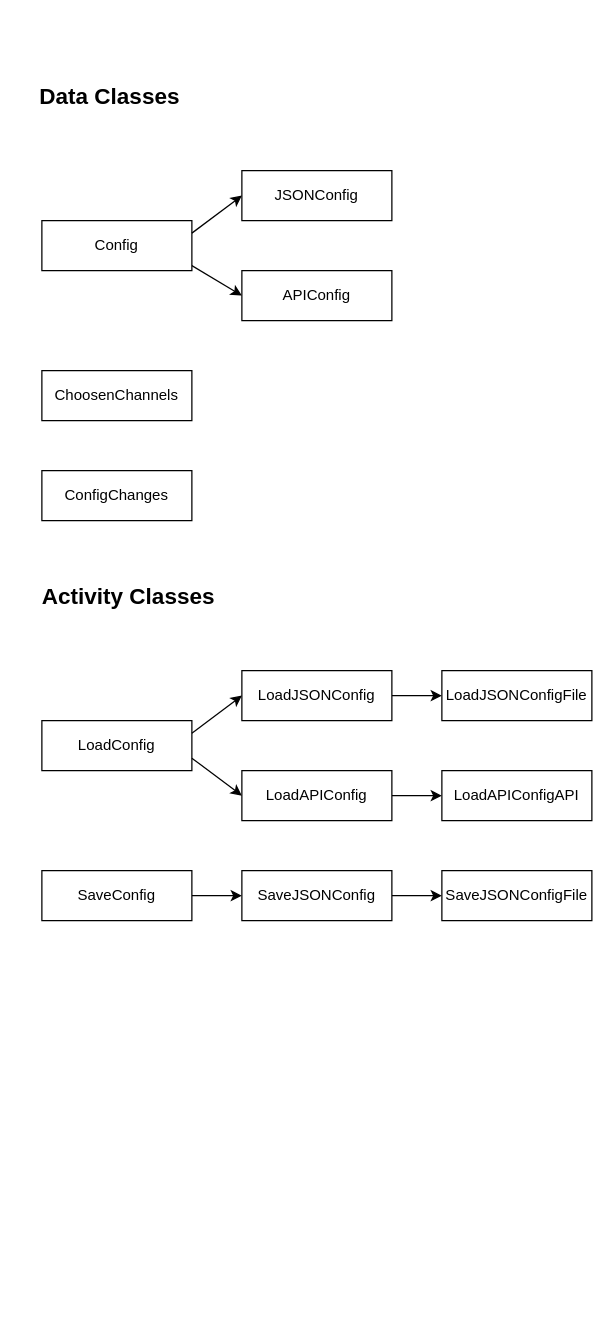
Before: page "Classes Structure" (2 of 2) of FSConfig.drawio in AntonSheinin/FSConfig, a draw.io diagram. Source tidied: cells renumbered, new cells numbered last; positions are measured from the earlier drawing's top-left corner, leaving out a move shared by most shapes. Both pictures are drawn from the tidied source at 125%, with x=0, y=0 at pixel (21, 71).
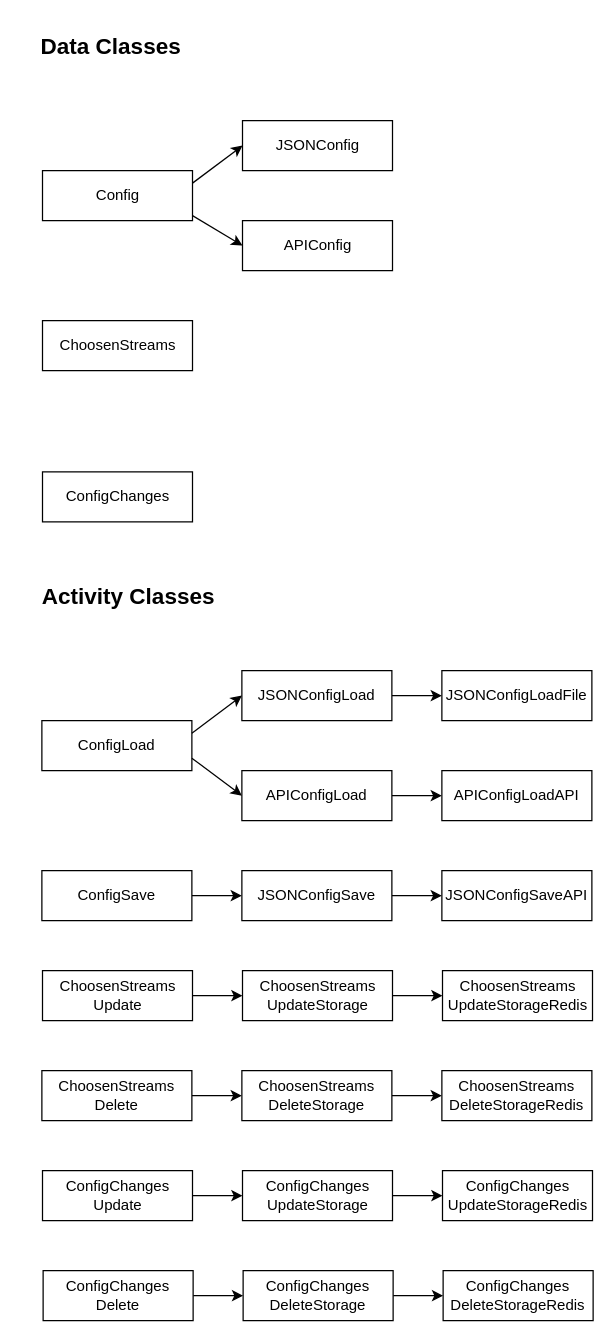
Above is the later version.

Diff of the diagram source:
```diff
@@
     <mxCell id="2" value="&lt;font style=&quot;font-size: 18px;&quot;&gt;&lt;b&gt;Data Classes&lt;/b&gt;&lt;/font&gt;" style="text;html=1;align=center;verticalAlign=middle;fillColor=none;strokeColor=none;rounded=0;" parent="1" vertex="1">
-      <mxGeometry width="140" height="40" as="geometry" />
+      <mxGeometry x="0.5" y="-40" width="140" height="40" as="geometry" />
     </mxCell>
     <mxCell id="3" style="edgeStyle=none;rounded=0;jettySize=auto;html=1;entryX=0;entryY=0.5;entryDx=0;entryDy=0;" parent="1" edge="1" target="6">
       <mxGeometry relative="1" as="geometry">
-        <mxPoint x="126" y="149" as="sourcePoint" />
+        <mxPoint x="126.5" y="109" as="sourcePoint" />
       </mxGeometry>
     </mxCell>
     <mxCell id="4" value="Config" style="rounded=0;whiteSpace=wrap;html=1;" parent="1" vertex="1">
-      <mxGeometry x="16" y="119" width="120" height="40" as="geometry" />
+      <mxGeometry x="16.5" y="79" width="120" height="40" as="geometry" />
     </mxCell>
     <mxCell id="5" value="JSONConfig" style="rounded=0;whiteSpace=wrap;html=1;" parent="1" vertex="1">
-      <mxGeometry x="176" y="79" width="120" height="40" as="geometry" />
+      <mxGeometry x="176.5" y="39" width="120" height="40" as="geometry" />
     </mxCell>
     <mxCell id="6" value="APIConfig" style="rounded=0;whiteSpace=wrap;html=1;" parent="1" vertex="1">
-      <mxGeometry x="176" y="159" width="120" height="40" as="geometry" />
+      <mxGeometry x="176.5" y="119" width="120" height="40" as="geometry" />
     </mxCell>
@@
-    <mxCell id="8" value="ChoosenChannels" style="rounded=0;whiteSpace=wrap;html=1;" parent="1" vertex="1">
-      <mxGeometry x="16" y="239" width="120" height="40" as="geometry" />
+    <mxCell id="8" value="ChoosenStreams" style="rounded=0;whiteSpace=wrap;html=1;" parent="1" vertex="1">
+      <mxGeometry x="16.5" y="199" width="120" height="40" as="geometry" />
     </mxCell>
     <mxCell id="9" value="ConfigChanges" style="rounded=0;whiteSpace=wrap;html=1;" parent="1" vertex="1">
-      <mxGeometry x="16" y="319" width="120" height="40" as="geometry" />
+      <mxGeometry x="16.5" y="320" width="120" height="40" as="geometry" />
     </mxCell>
@@
-    <mxCell id="11" value="LoadConfig" style="rounded=0;whiteSpace=wrap;html=1;" parent="1" vertex="1">
+    <mxCell id="11" value="ConfigLoad" style="rounded=0;whiteSpace=wrap;html=1;" parent="1" vertex="1">
       <mxGeometry x="16" y="519" width="120" height="40" as="geometry" />
     </mxCell>
@@
-    <mxCell id="14" value="LoadJSONConfig" style="rounded=0;whiteSpace=wrap;html=1;" parent="1" vertex="1">
+    <mxCell id="14" value="JSONConfigLoad" style="rounded=0;whiteSpace=wrap;html=1;" parent="1" vertex="1">
       <mxGeometry x="176" y="479" width="120" height="40" as="geometry" />
     </mxCell>
@@
-    <mxCell id="16" value="LoadAPIConfig" style="rounded=0;whiteSpace=wrap;html=1;" parent="1" vertex="1">
+    <mxCell id="16" value="APIConfigLoad" style="rounded=0;whiteSpace=wrap;html=1;" parent="1" vertex="1">
       <mxGeometry x="176" y="559" width="120" height="40" as="geometry" />
     </mxCell>
@@
-    <mxCell id="18" value="LoadJSONConfigFile" style="rounded=0;whiteSpace=wrap;html=1;" parent="1" vertex="1">
+    <mxCell id="18" value="JSONConfigLoadFile" style="rounded=0;whiteSpace=wrap;html=1;" parent="1" vertex="1">
       <mxGeometry x="336" y="479" width="120" height="40" as="geometry" />
     </mxCell>
-    <mxCell id="19" value="LoadAPIConfigAPI" style="rounded=0;whiteSpace=wrap;html=1;" parent="1" vertex="1">
+    <mxCell id="19" value="APIConfigLoadAPI" style="rounded=0;whiteSpace=wrap;html=1;" parent="1" vertex="1">
       <mxGeometry x="336" y="559" width="120" height="40" as="geometry" />
     </mxCell>
@@
-    <mxCell id="21" value="SaveConfig" style="rounded=0;whiteSpace=wrap;html=1;" parent="1" vertex="1">
+    <mxCell id="21" value="ConfigSave" style="rounded=0;whiteSpace=wrap;html=1;" parent="1" vertex="1">
       <mxGeometry x="16" y="639" width="120" height="40" as="geometry" />
     </mxCell>
@@
-    <mxCell id="23" value="SaveJSONConfig" style="whiteSpace=wrap;html=1;rounded=0;" parent="1" vertex="1">
+    <mxCell id="23" value="JSONConfigSave" style="whiteSpace=wrap;html=1;rounded=0;" parent="1" vertex="1">
       <mxGeometry x="176" y="639" width="120" height="40" as="geometry" />
     </mxCell>
-    <mxCell id="24" value="SaveJSONConfigFile" style="whiteSpace=wrap;html=1;rounded=0;" parent="1" vertex="1">
+    <mxCell id="24" value="JSONConfigSaveAPI" style="whiteSpace=wrap;html=1;rounded=0;" parent="1" vertex="1">
       <mxGeometry x="336" y="639" width="120" height="40" as="geometry" />
     </mxCell>
+    <mxCell id="25" style="edgeStyle=none;rounded=0;jettySize=auto;html=1;fontSize=11;" parent="1" edge="1" source="26" target="28">
+      <mxGeometry relative="1" as="geometry" />
+    </mxCell>
+    <mxCell id="26" value="&lt;font style=&quot;font-size: 12px;&quot;&gt;ChoosenStreams&lt;br&gt;Update&lt;/font&gt;" style="rounded=0;whiteSpace=wrap;html=1;" parent="1" vertex="1">
+      <mxGeometry x="16.5" y="719" width="120" height="40" as="geometry" />
+    </mxCell>
+    <mxCell id="27" style="edgeStyle=none;rounded=0;jettySize=auto;html=1;fontSize=12;" parent="1" edge="1" source="28" target="29">
+      <mxGeometry relative="1" as="geometry" />
+    </mxCell>
+    <mxCell id="28" value="ChoosenStreams&lt;br&gt;UpdateStorage&lt;br&gt;" style="whiteSpace=wrap;html=1;rounded=0;" parent="1" vertex="1">
+      <mxGeometry x="176.5" y="719" width="120" height="40" as="geometry" />
+    </mxCell>
+    <mxCell id="29" value="ChoosenStreams&lt;br&gt;UpdateStorageRedis" style="whiteSpace=wrap;html=1;rounded=0;" parent="1" vertex="1">
+      <mxGeometry x="336.5" y="719" width="120" height="40" as="geometry" />
+    </mxCell>
+    <mxCell id="30" style="edgeStyle=none;rounded=0;jettySize=auto;html=1;fontSize=12;" parent="1" edge="1" source="31" target="33">
+      <mxGeometry relative="1" as="geometry" />
+    </mxCell>
+    <mxCell id="31" value="ConfigChanges&lt;br&gt;Update" style="rounded=0;whiteSpace=wrap;html=1;" parent="1" vertex="1">
+      <mxGeometry x="16.5" y="879" width="120" height="40" as="geometry" />
+    </mxCell>
+    <mxCell id="32" style="edgeStyle=none;rounded=0;jettySize=auto;html=1;fontSize=12;" parent="1" edge="1" source="33" target="34">
+      <mxGeometry relative="1" as="geometry" />
+    </mxCell>
+    <mxCell id="33" value="ConfigChanges&lt;br&gt;UpdateStorage" style="whiteSpace=wrap;html=1;rounded=0;" parent="1" vertex="1">
+      <mxGeometry x="176.5" y="879" width="120" height="40" as="geometry" />
+    </mxCell>
+    <mxCell id="34" value="ConfigChanges&lt;br&gt;UpdateStorageRedis" style="whiteSpace=wrap;html=1;rounded=0;" parent="1" vertex="1">
+      <mxGeometry x="336.5" y="879" width="120" height="40" as="geometry" />
+    </mxCell>
+    <mxCell id="35" style="edgeStyle=none;rounded=0;jettySize=auto;html=1;fontSize=12;" parent="1" edge="1" source="36" target="38">
+      <mxGeometry relative="1" as="geometry" />
+    </mxCell>
+    <mxCell id="36" value="ConfigChanges&lt;br&gt;Delete" style="rounded=0;whiteSpace=wrap;html=1;" parent="1" vertex="1">
+      <mxGeometry x="17" y="959" width="120" height="40" as="geometry" />
+    </mxCell>
+    <mxCell id="37" style="edgeStyle=none;rounded=0;jettySize=auto;html=1;fontSize=12;" parent="1" edge="1" source="38" target="39">
+      <mxGeometry relative="1" as="geometry" />
+    </mxCell>
+    <mxCell id="38" value="ConfigChanges&lt;br&gt;DeleteStorage" style="whiteSpace=wrap;html=1;rounded=0;" parent="1" vertex="1">
+      <mxGeometry x="177" y="959" width="120" height="40" as="geometry" />
+    </mxCell>
+    <mxCell id="39" value="ConfigChanges&lt;br&gt;DeleteStorageRedis" style="whiteSpace=wrap;html=1;rounded=0;" parent="1" vertex="1">
+      <mxGeometry x="337" y="959" width="120" height="40" as="geometry" />
+    </mxCell>
+    <mxCell id="40" style="edgeStyle=none;rounded=0;jettySize=auto;html=1;fontSize=11;" parent="1" edge="1" source="41" target="43">
+      <mxGeometry relative="1" as="geometry" />
+    </mxCell>
+    <mxCell id="41" value="&lt;font style=&quot;font-size: 12px;&quot;&gt;ChoosenStreams&lt;br&gt;Delete&lt;/font&gt;" style="rounded=0;whiteSpace=wrap;html=1;" parent="1" vertex="1">
+      <mxGeometry x="16" y="799" width="120" height="40" as="geometry" />
+    </mxCell>
+    <mxCell id="42" style="edgeStyle=none;rounded=0;jettySize=auto;html=1;fontSize=12;" parent="1" edge="1" source="43" target="44">
+      <mxGeometry relative="1" as="geometry" />
+    </mxCell>
+    <mxCell id="43" value="ChoosenStreams&lt;br&gt;DeleteStorage" style="whiteSpace=wrap;html=1;rounded=0;" parent="1" vertex="1">
+      <mxGeometry x="176" y="799" width="120" height="40" as="geometry" />
+    </mxCell>
+    <mxCell id="44" value="ChoosenStreams&lt;br&gt;DeleteStorageRedis" style="whiteSpace=wrap;html=1;rounded=0;" parent="1" vertex="1">
+      <mxGeometry x="336" y="799" width="120" height="40" as="geometry" />
+    </mxCell>
```
